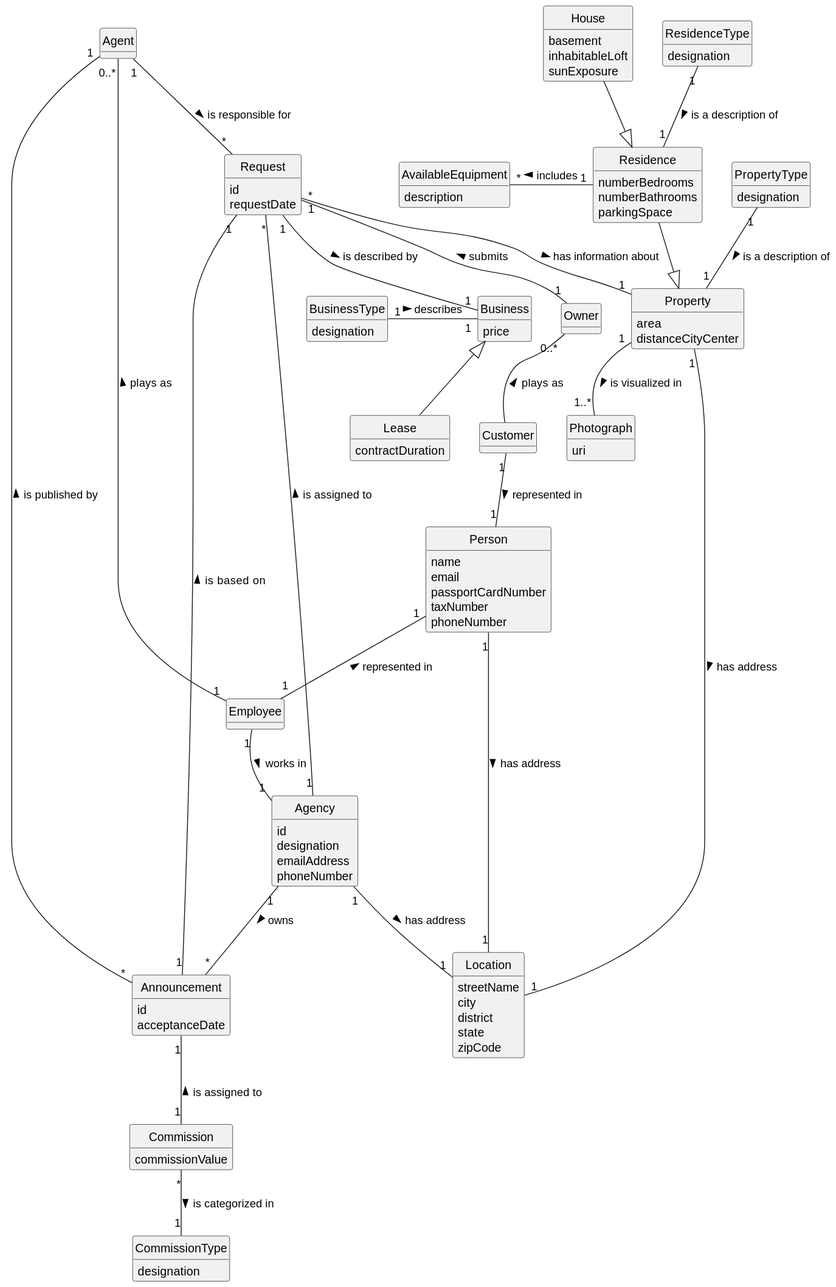
rita-barbosa/LAPR2-2223 keeps this PlantUML diagram as docs/sprintD/us012/02.analysis/svg/us012-domain-model.svg. Above is the earlier version.
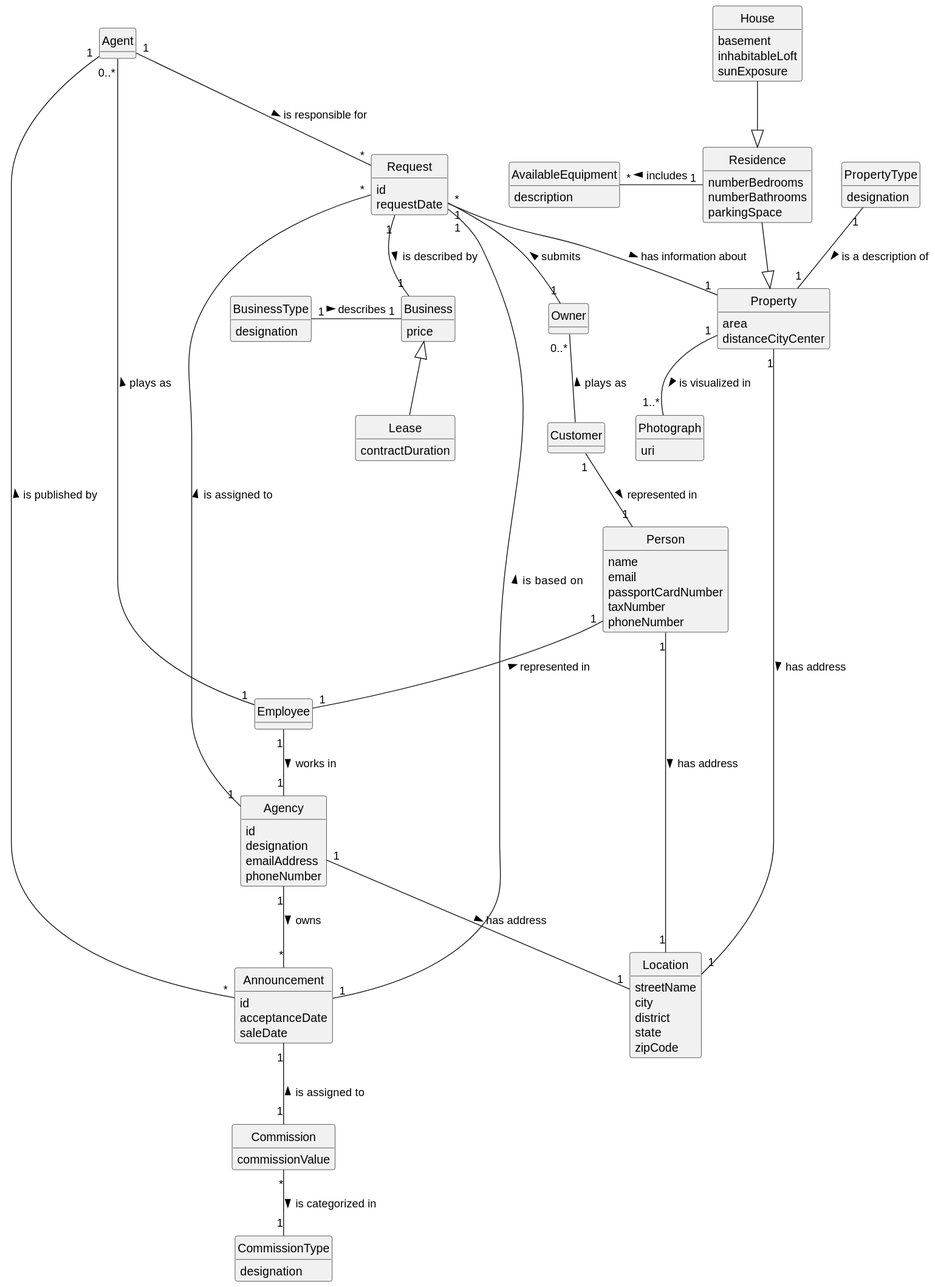
After the change.

What changed in the source:
```diff
@@ -37,6 +37,7 @@
 class Announcement{
 id
 acceptanceDate
+saleDate
 }
 
 
@@ -62,10 +63,6 @@
 }
 
 class PropertyType{
-designation
-}
-
-class ResidenceType{
 designation
 }
 
@@ -117,7 +114,6 @@
 House --|> Residence
 Employee "1" -- "1" Agency: works in  >
 PropertyType "1" -- "1" Property: is a description of >
-ResidenceType "1" -- "1" Residence: is a description of >
 Property "1" -- "1..*" Photograph: is visualized in >
 Property "1"--"1" Location: has address >
 Person "1" -- "1" Location: has address >
```
